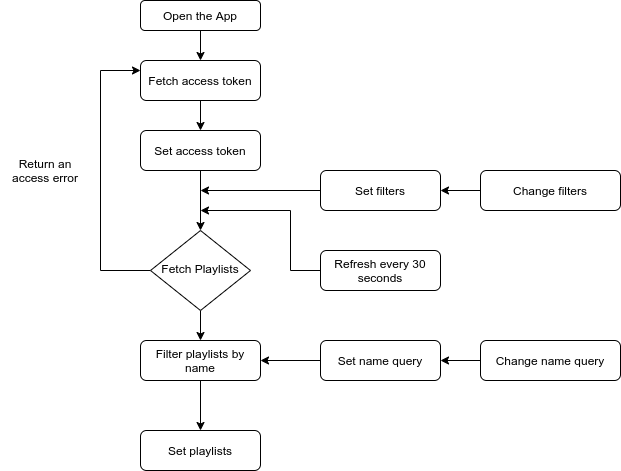
Above: docs/images/flow.png in rrubenich/ifood-frontend-test (draw.io), before the change. Source tidied: cells renumbered, new cells last; positions are measured from the earlier drawing's top-left corner, leaving out a move shared by most shapes.
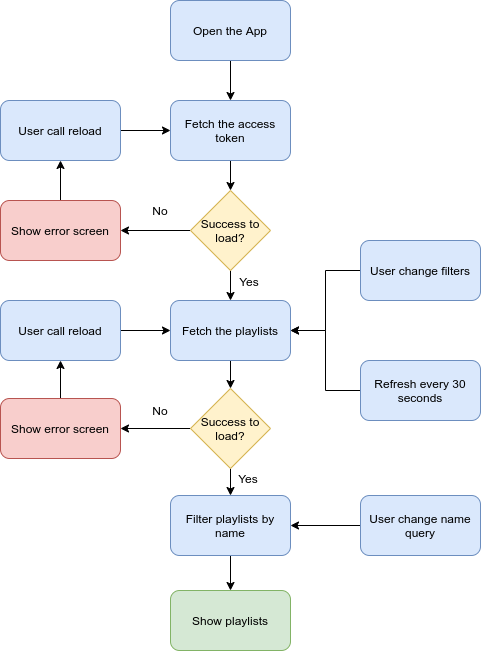
The same diagram one commit later.

Commit message:
docs: update flow diagram and general docs

Diff of the diagram source:
```diff
@@ -2,91 +2,108 @@
   <root>
     <mxCell id="0" />
     <mxCell id="1" parent="0" />
-    <mxCell id="2" style="edgeStyle=orthogonalEdgeStyle;rounded=0;jettySize=auto;html=1;" parent="1" edge="1" source="3" target="11">
-      <mxGeometry relative="1" as="geometry" />
-    </mxCell>
-    <mxCell id="3" value="Fetch access token" style="rounded=1;whiteSpace=wrap;html=1;fontSize=12;glass=0;strokeWidth=1;shadow=0;" parent="1" vertex="1">
-      <mxGeometry x="140" y="60" width="120" height="40" as="geometry" />
-    </mxCell>
-    <mxCell id="4" style="edgeStyle=orthogonalEdgeStyle;rounded=0;jettySize=auto;html=1;exitX=0.5;exitY=1;exitDx=0;exitDy=0;" parent="1" edge="1" source="6" target="8">
-      <mxGeometry relative="1" as="geometry" />
-    </mxCell>
-    <mxCell id="5" style="edgeStyle=orthogonalEdgeStyle;rounded=0;jettySize=auto;html=1;entryX=0;entryY=0.25;entryDx=0;entryDy=0;" parent="1" edge="1" source="6" target="3">
-      <mxGeometry relative="1" as="geometry">
-        <Array as="points">
-          <mxPoint x="100" y="270" />
-          <mxPoint x="100" y="70" />
-        </Array>
-      </mxGeometry>
-    </mxCell>
-    <mxCell id="6" value="Fetch Playlists" style="rhombus;whiteSpace=wrap;html=1;shadow=0;fontFamily=Helvetica;fontSize=12;align=center;strokeWidth=1;spacing=6;spacingTop=-4;" parent="1" vertex="1">
-      <mxGeometry x="150" y="230" width="100" height="80" as="geometry" />
-    </mxCell>
-    <mxCell id="7" style="edgeStyle=orthogonalEdgeStyle;rounded=0;jettySize=auto;html=1;" parent="1" edge="1" source="8" target="12">
-      <mxGeometry relative="1" as="geometry" />
-    </mxCell>
+    <mxCell id="25" style="edgeStyle=orthogonalEdgeStyle;rounded=0;jettySize=auto;html=1;" parent="1" edge="1" source="24" target="27">
+      <mxGeometry relative="1" as="geometry" />
+    </mxCell>
+    <mxCell id="24" value="Open the App" style="rounded=1;whiteSpace=wrap;html=1;fillColor=#dae8fc;strokeColor=#6c8ebf;" parent="1" vertex="1">
+      <mxGeometry x="310" y="10" width="120" height="60" as="geometry" />
+    </mxCell>
+    <mxCell id="26" style="edgeStyle=orthogonalEdgeStyle;rounded=0;jettySize=auto;html=1;" parent="1" edge="1" source="27" target="42">
+      <mxGeometry relative="1" as="geometry" />
+    </mxCell>
+    <mxCell id="27" value="Fetch the access token" style="rounded=1;whiteSpace=wrap;html=1;fillColor=#dae8fc;strokeColor=#6c8ebf;" parent="1" vertex="1">
+      <mxGeometry x="310" y="110" width="120" height="60" as="geometry" />
+    </mxCell>
+    <mxCell id="28" style="edgeStyle=orthogonalEdgeStyle;rounded=0;jettySize=auto;html=1;" parent="1" edge="1" source="29" target="45">
+      <mxGeometry relative="1" as="geometry" />
+    </mxCell>
+    <mxCell id="29" value="Fetch the playlists" style="rounded=1;whiteSpace=wrap;html=1;fillColor=#dae8fc;strokeColor=#6c8ebf;" parent="1" vertex="1">
+      <mxGeometry x="310" y="310" width="120" height="60" as="geometry" />
+    </mxCell>
+    <mxCell id="30" style="edgeStyle=orthogonalEdgeStyle;rounded=0;jettySize=auto;html=1;" parent="1" edge="1" source="8">
+      <mxGeometry relative="1" as="geometry">
+        <mxPoint x="370" y="600" as="targetPoint" />
+      </mxGeometry>
+    </mxCell>
-    <mxCell id="8" value="Filter playlists by name" style="rounded=1;whiteSpace=wrap;html=1;fontSize=12;glass=0;strokeWidth=1;shadow=0;" parent="1" vertex="1">
-      <mxGeometry x="140" y="340" width="120" height="40" as="geometry" />
+    <mxCell id="8" value="Filter playlists by name" style="rounded=1;whiteSpace=wrap;html=1;fillColor=#dae8fc;strokeColor=#6c8ebf;" parent="1" vertex="1">
+      <mxGeometry x="310" y="505" width="120" height="60" as="geometry" />
     </mxCell>
-    <mxCell id="9" value="Return an access error" style="text;html=1;strokeColor=none;fillColor=none;align=center;verticalAlign=middle;whiteSpace=wrap;rounded=0;" parent="1" vertex="1">
-      <mxGeometry y="160" width="90" height="20" as="geometry" />
-    </mxCell>
-    <mxCell id="10" style="edgeStyle=orthogonalEdgeStyle;rounded=0;jettySize=auto;html=1;" parent="1" edge="1" source="11" target="6">
-      <mxGeometry relative="1" as="geometry" />
-    </mxCell>
-    <mxCell id="11" value="&lt;span&gt;Set access token&lt;/span&gt;" style="whiteSpace=wrap;html=1;rounded=1;shadow=0;strokeWidth=1;glass=0;" parent="1" vertex="1">
-      <mxGeometry x="140" y="130" width="120" height="40" as="geometry" />
-    </mxCell>
-    <mxCell id="12" value="Set playlists" style="whiteSpace=wrap;html=1;rounded=1;shadow=0;strokeWidth=1;glass=0;" parent="1" vertex="1">
-      <mxGeometry x="140" y="430" width="120" height="40" as="geometry" />
-    </mxCell>
-    <mxCell id="13" style="edgeStyle=orthogonalEdgeStyle;rounded=0;jettySize=auto;html=1;" parent="1" edge="1" source="14">
-      <mxGeometry relative="1" as="geometry">
-        <mxPoint x="200" y="190" as="targetPoint" />
-      </mxGeometry>
-    </mxCell>
-    <mxCell id="14" value="Set filters" style="rounded=1;whiteSpace=wrap;html=1;" parent="1" vertex="1">
-      <mxGeometry x="320" y="170" width="120" height="40" as="geometry" />
-    </mxCell>
-    <mxCell id="15" style="edgeStyle=orthogonalEdgeStyle;rounded=0;jettySize=auto;html=1;" parent="1" edge="1" target="14">
-      <mxGeometry relative="1" as="geometry">
-        <mxPoint x="480" y="190" as="sourcePoint" />
-      </mxGeometry>
-    </mxCell>
-    <mxCell id="16" value="Change filters" style="rounded=1;whiteSpace=wrap;html=1;" parent="1" vertex="1">
-      <mxGeometry x="480" y="170" width="140" height="40" as="geometry" />
-    </mxCell>
-    <mxCell id="17" style="edgeStyle=orthogonalEdgeStyle;rounded=0;jettySize=auto;html=1;" parent="1" edge="1" source="18" target="8">
-      <mxGeometry relative="1" as="geometry" />
-    </mxCell>
-    <mxCell id="18" value="Set name query" style="rounded=1;whiteSpace=wrap;html=1;" parent="1" vertex="1">
-      <mxGeometry x="320" y="340" width="120" height="40" as="geometry" />
-    </mxCell>
-    <mxCell id="19" style="edgeStyle=orthogonalEdgeStyle;rounded=0;jettySize=auto;html=1;" parent="1" edge="1" target="18">
-      <mxGeometry relative="1" as="geometry">
-        <mxPoint x="480" y="360" as="sourcePoint" />
-      </mxGeometry>
-    </mxCell>
-    <mxCell id="20" value="Change name query" style="rounded=1;whiteSpace=wrap;html=1;" parent="1" vertex="1">
-      <mxGeometry x="480" y="340" width="140" height="40" as="geometry" />
-    </mxCell>
-    <mxCell id="21" style="edgeStyle=orthogonalEdgeStyle;rounded=0;jettySize=auto;html=1;" parent="1" edge="1" source="22">
-      <mxGeometry relative="1" as="geometry">
-        <mxPoint x="200" y="210" as="targetPoint" />
-        <Array as="points">
-          <mxPoint x="290" y="270" />
-          <mxPoint x="290" y="210" />
-        </Array>
-      </mxGeometry>
-    </mxCell>
+    <mxCell id="31" style="edgeStyle=orthogonalEdgeStyle;rounded=0;jettySize=auto;html=1;" parent="1" edge="1" source="32" target="29">
+      <mxGeometry relative="1" as="geometry" />
+    </mxCell>
+    <mxCell id="32" value="User change filters" style="rounded=1;whiteSpace=wrap;html=1;fillColor=#dae8fc;strokeColor=#6c8ebf;" parent="1" vertex="1">
+      <mxGeometry x="500" y="250" width="120" height="60" as="geometry" />
+    </mxCell>
+    <mxCell id="33" style="edgeStyle=orthogonalEdgeStyle;rounded=0;jettySize=auto;html=1;" parent="1" edge="1" source="22" target="29">
+      <mxGeometry relative="1" as="geometry" />
+    </mxCell>
-    <mxCell id="22" value="Refresh every 30 seconds" style="rounded=1;whiteSpace=wrap;html=1;" parent="1" vertex="1">
-      <mxGeometry x="320" y="250" width="120" height="40" as="geometry" />
+    <mxCell id="22" value="Refresh every 30 seconds" style="rounded=1;whiteSpace=wrap;html=1;fillColor=#dae8fc;strokeColor=#6c8ebf;" parent="1" vertex="1">
+      <mxGeometry x="500" y="370" width="120" height="60" as="geometry" />
     </mxCell>
-    <mxCell id="23" style="edgeStyle=orthogonalEdgeStyle;rounded=0;jettySize=auto;html=1;entryX=0.5;entryY=0;entryDx=0;entryDy=0;" parent="1" edge="1" source="24" target="3">
-      <mxGeometry relative="1" as="geometry" />
-    </mxCell>
-    <mxCell id="24" value="Open the App" style="rounded=1;whiteSpace=wrap;html=1;" parent="1" vertex="1">
-      <mxGeometry x="140" width="120" height="30" as="geometry" />
-    </mxCell>
+    <mxCell id="34" style="edgeStyle=orthogonalEdgeStyle;rounded=0;jettySize=auto;html=1;" parent="1" edge="1" target="8">
+      <mxGeometry relative="1" as="geometry">
+        <mxPoint x="500" y="535" as="sourcePoint" />
+      </mxGeometry>
+    </mxCell>
+    <mxCell id="35" value="User change name query" style="rounded=1;whiteSpace=wrap;html=1;fillColor=#dae8fc;strokeColor=#6c8ebf;" parent="1" vertex="1">
+      <mxGeometry x="500" y="505" width="120" height="60" as="geometry" />
+    </mxCell>
+    <mxCell id="36" style="edgeStyle=orthogonalEdgeStyle;rounded=0;jettySize=auto;html=1;" parent="1" edge="1" source="37" target="39">
+      <mxGeometry relative="1" as="geometry" />
+    </mxCell>
+    <mxCell id="37" value="Show error screen" style="rounded=1;whiteSpace=wrap;html=1;fillColor=#f8cecc;strokeColor=#b85450;" parent="1" vertex="1">
+      <mxGeometry x="140" y="408" width="120" height="60" as="geometry" />
+    </mxCell>
+    <mxCell id="38" style="edgeStyle=orthogonalEdgeStyle;rounded=0;jettySize=auto;html=1;" parent="1" edge="1" source="39" target="29">
+      <mxGeometry relative="1" as="geometry" />
+    </mxCell>
+    <mxCell id="39" value="User call reload" style="rounded=1;whiteSpace=wrap;html=1;fillColor=#dae8fc;strokeColor=#6c8ebf;" parent="1" vertex="1">
+      <mxGeometry x="140" y="310" width="120" height="60" as="geometry" />
+    </mxCell>
+    <mxCell id="40" style="edgeStyle=orthogonalEdgeStyle;rounded=0;jettySize=auto;html=1;" parent="1" edge="1" source="42" target="29">
+      <mxGeometry relative="1" as="geometry" />
+    </mxCell>
+    <mxCell id="41" style="edgeStyle=orthogonalEdgeStyle;rounded=0;jettySize=auto;html=1;" parent="1" edge="1" source="42" target="48">
+      <mxGeometry relative="1" as="geometry" />
+    </mxCell>
+    <mxCell id="42" value="Success to load?" style="rhombus;whiteSpace=wrap;html=1;fillColor=#fff2cc;strokeColor=#d6b656;" parent="1" vertex="1">
+      <mxGeometry x="330" y="200" width="80" height="80" as="geometry" />
+    </mxCell>
+    <mxCell id="43" style="edgeStyle=orthogonalEdgeStyle;rounded=0;jettySize=auto;html=1;" parent="1" edge="1" source="45" target="8">
+      <mxGeometry relative="1" as="geometry" />
+    </mxCell>
+    <mxCell id="44" style="edgeStyle=orthogonalEdgeStyle;rounded=0;jettySize=auto;html=1;" parent="1" edge="1" source="45" target="37">
+      <mxGeometry relative="1" as="geometry" />
+    </mxCell>
+    <mxCell id="45" value="Success to load?" style="rhombus;whiteSpace=wrap;html=1;fillColor=#fff2cc;strokeColor=#d6b656;" parent="1" vertex="1">
+      <mxGeometry x="330" y="398" width="80" height="80" as="geometry" />
+    </mxCell>
+    <mxCell id="46" value="Show playlists" style="rounded=1;whiteSpace=wrap;html=1;fillColor=#d5e8d4;strokeColor=#82b366;" parent="1" vertex="1">
+      <mxGeometry x="310" y="600" width="120" height="60" as="geometry" />
+    </mxCell>
+    <mxCell id="47" style="edgeStyle=orthogonalEdgeStyle;rounded=0;jettySize=auto;html=1;" parent="1" edge="1" source="48" target="50">
+      <mxGeometry relative="1" as="geometry" />
+    </mxCell>
+    <mxCell id="48" value="Show error screen" style="rounded=1;whiteSpace=wrap;html=1;fillColor=#f8cecc;strokeColor=#b85450;" parent="1" vertex="1">
+      <mxGeometry x="140" y="210" width="120" height="60" as="geometry" />
+    </mxCell>
+    <mxCell id="49" style="edgeStyle=orthogonalEdgeStyle;rounded=0;jettySize=auto;html=1;" parent="1" edge="1" source="50" target="27">
+      <mxGeometry relative="1" as="geometry" />
+    </mxCell>
+    <mxCell id="50" value="User call reload" style="rounded=1;whiteSpace=wrap;html=1;fillColor=#dae8fc;strokeColor=#6c8ebf;" parent="1" vertex="1">
+      <mxGeometry x="140" y="110" width="120" height="60" as="geometry" />
+    </mxCell>
+    <mxCell id="51" value="Yes" style="text;html=1;strokeColor=none;fillColor=none;align=center;verticalAlign=middle;whiteSpace=wrap;rounded=0;" parent="1" vertex="1">
+      <mxGeometry x="368" y="478" width="40" height="20" as="geometry" />
+    </mxCell>
+    <mxCell id="52" value="Yes" style="text;html=1;strokeColor=none;fillColor=none;align=center;verticalAlign=middle;whiteSpace=wrap;rounded=0;" parent="1" vertex="1">
+      <mxGeometry x="369" y="281" width="40" height="20" as="geometry" />
+    </mxCell>
+    <mxCell id="53" value="No" style="text;html=1;strokeColor=none;fillColor=none;align=center;verticalAlign=middle;whiteSpace=wrap;rounded=0;" parent="1" vertex="1">
+      <mxGeometry x="280" y="410" width="40" height="20" as="geometry" />
+    </mxCell>
+    <mxCell id="54" value="No" style="text;html=1;strokeColor=none;fillColor=none;align=center;verticalAlign=middle;whiteSpace=wrap;rounded=0;" parent="1" vertex="1">
+      <mxGeometry x="280" y="210" width="40" height="20" as="geometry" />
+    </mxCell>
   </root>
 </mxGraphModel>
```
